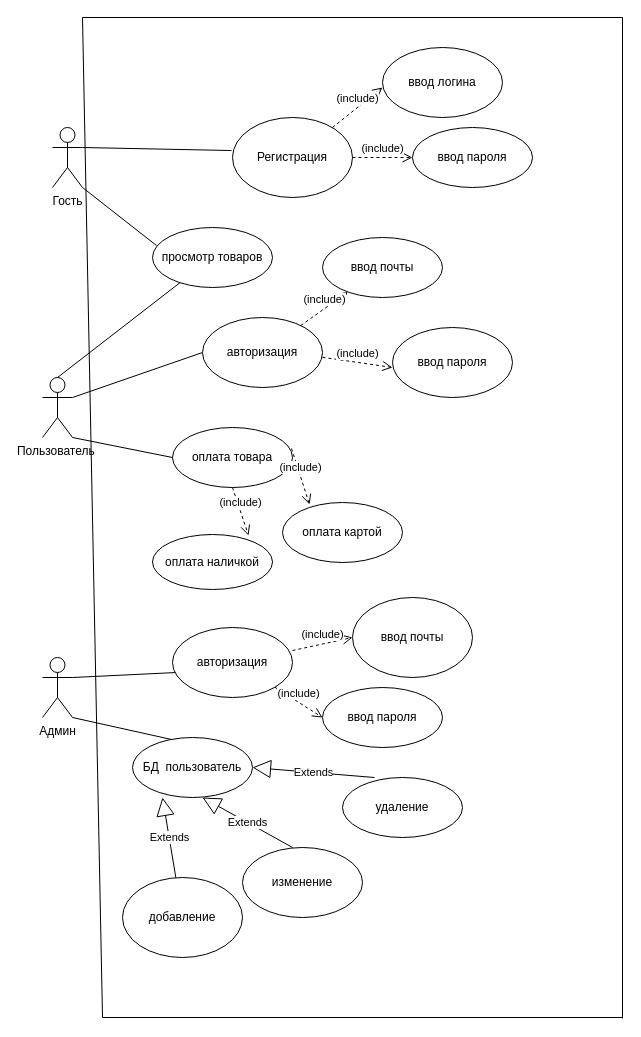
Before: Untitled Diagram.drawio in danil1nanatolyi/zadaza-3, a draw.io diagram. Source tidied: cells renumbered, new cells numbered last; positions are measured from the earlier drawing's top-left corner, leaving out a move shared by most shapes. Both pictures are drawn from the tidied source at 100%, with x=0, y=0 at pixel (42, 17).
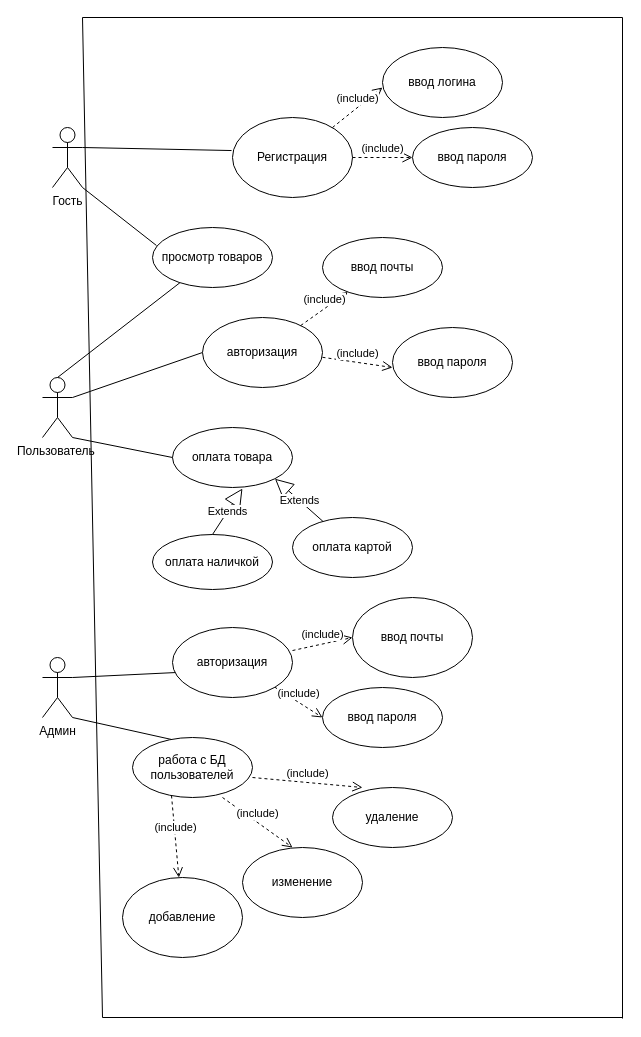
The same page after the edit.

Unchanged cells that the change refers to:
```xml
<mxCell id="20" value="оплата товара" style="ellipse;whiteSpace=wrap;html=1;" parent="1" vertex="1">
  <mxGeometry x="130" y="410" width="120" height="60" as="geometry" />
</mxCell>
<mxCell id="23" value="оплата наличкой" style="ellipse;whiteSpace=wrap;html=1;" parent="1" vertex="1">
  <mxGeometry x="110" y="517" width="120" height="55" as="geometry" />
</mxCell>
<mxCell id="36" value="изменение" style="ellipse;whiteSpace=wrap;html=1;" parent="1" vertex="1">
  <mxGeometry x="200" y="830" width="120" height="70" as="geometry" />
</mxCell>
<mxCell id="37" value="добавление" style="ellipse;whiteSpace=wrap;html=1;" parent="1" vertex="1">
  <mxGeometry x="80" y="860" width="120" height="80" as="geometry" />
</mxCell>
```

The edit, as a diff of the source:
```diff
@@
     <mxCell id="22" value="оплата картой" style="ellipse;whiteSpace=wrap;html=1;" parent="1" vertex="1">
-      <mxGeometry x="240" y="485" width="120" height="60" as="geometry" />
+      <mxGeometry x="250" y="500" width="120" height="60" as="geometry" />
     </mxCell>
@@
-    <mxCell id="24" value="Extends" style="endArrow=block;endSize=16;endFill=0;html=1;rounded=0;exitX=0.417;exitY=0;exitDx=0;exitDy=0;exitPerimeter=0;" parent="1" edge="1" source="36">
-      <mxGeometry relative="1" as="geometry">
-        <mxPoint x="160" y="780" as="targetPoint" />
-      </mxGeometry>
-    </mxCell>
-    <mxCell id="25" value="(include)" style="html=1;verticalAlign=bottom;endArrow=open;dashed=1;endSize=8;rounded=0;exitX=0.992;exitY=0.35;exitDx=0;exitDy=0;exitPerimeter=0;entryX=0.225;entryY=0.033;entryDx=0;entryDy=0;entryPerimeter=0;" parent="1" edge="1" source="20" target="22">
-      <mxGeometry relative="1" as="geometry" />
-    </mxCell>
-    <mxCell id="26" value="(include)" style="html=1;verticalAlign=bottom;endArrow=open;dashed=1;endSize=8;rounded=0;exitX=0.5;exitY=1;exitDx=0;exitDy=0;entryX=0.8;entryY=0.018;entryDx=0;entryDy=0;entryPerimeter=0;" parent="1" edge="1" source="20" target="23">
-      <mxGeometry relative="1" as="geometry" />
-    </mxCell>
@@
-    <mxCell id="34" value="БД&amp;nbsp; пользователь" style="ellipse;whiteSpace=wrap;html=1;" parent="1" vertex="1">
+    <mxCell id="34" value="работа с БД пользователей" style="ellipse;whiteSpace=wrap;html=1;" parent="1" vertex="1">
       <mxGeometry x="90" y="720" width="120" height="60" as="geometry" />
     </mxCell>
-    <mxCell id="35" value="Extends" style="endArrow=block;endSize=16;endFill=0;html=1;rounded=0;" parent="1" edge="1" source="37">
-      <mxGeometry relative="1" as="geometry">
-        <mxPoint x="120" y="780" as="targetPoint" />
-      </mxGeometry>
-    </mxCell>
@@
-    <mxCell id="38" value="Extends" style="endArrow=block;endSize=16;endFill=0;html=1;rounded=0;exitX=0.267;exitY=0;exitDx=0;exitDy=0;exitPerimeter=0;" parent="1" edge="1" source="39">
-      <mxGeometry relative="1" as="geometry">
-        <mxPoint x="210" y="750" as="targetPoint" />
-      </mxGeometry>
-    </mxCell>
     <mxCell id="39" value="удаление" style="ellipse;whiteSpace=wrap;html=1;" parent="1" vertex="1">
-      <mxGeometry x="300" y="760" width="120" height="60" as="geometry" />
+      <mxGeometry x="290" y="770" width="120" height="60" as="geometry" />
     </mxCell>
@@
+    <mxCell id="44" value="(include)" style="html=1;verticalAlign=bottom;endArrow=open;dashed=1;endSize=8;rounded=0;exitX=0.325;exitY=0.967;exitDx=0;exitDy=0;exitPerimeter=0;" parent="1" edge="1" source="34" target="37">
+      <mxGeometry relative="1" as="geometry" />
+    </mxCell>
+    <mxCell id="45" value="(include)" style="html=1;verticalAlign=bottom;endArrow=open;dashed=1;endSize=8;rounded=0;entryX=0.417;entryY=0;entryDx=0;entryDy=0;entryPerimeter=0;exitX=0.75;exitY=1;exitDx=0;exitDy=0;exitPerimeter=0;" parent="1" edge="1" source="34" target="36">
+      <mxGeometry relative="1" as="geometry" />
+    </mxCell>
+    <mxCell id="46" value="(include)" style="html=1;verticalAlign=bottom;endArrow=open;dashed=1;endSize=8;rounded=0;exitX=1;exitY=0.667;exitDx=0;exitDy=0;exitPerimeter=0;entryX=0.25;entryY=0;entryDx=0;entryDy=0;entryPerimeter=0;" parent="1" edge="1" source="34" target="39">
+      <mxGeometry relative="1" as="geometry" />
+    </mxCell>
+    <mxCell id="47" value="Extends" style="endArrow=block;endSize=16;endFill=0;html=1;rounded=0;entryX=1;entryY=1;entryDx=0;entryDy=0;" parent="1" edge="1" source="22" target="20">
+      <mxGeometry relative="1" as="geometry" />
+    </mxCell>
+    <mxCell id="48" value="Extends" style="endArrow=block;endSize=16;endFill=0;html=1;rounded=0;entryX=0.583;entryY=1.017;entryDx=0;entryDy=0;entryPerimeter=0;exitX=0.5;exitY=0;exitDx=0;exitDy=0;" parent="1" edge="1" source="23" target="20">
+      <mxGeometry relative="1" as="geometry" />
+    </mxCell>
```
